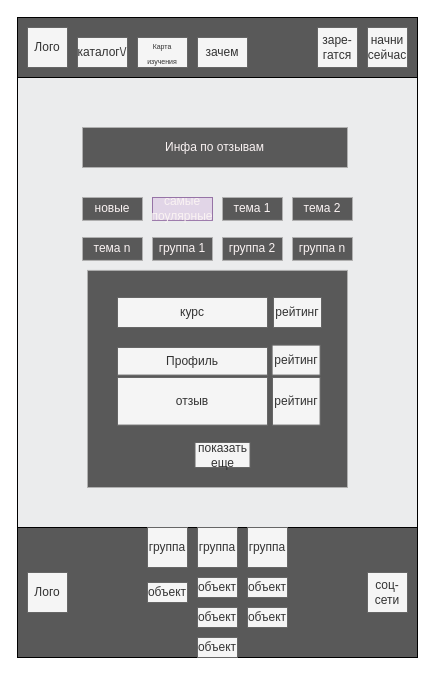
Konfermat/diploma-project keeps this draw.io diagram as page "Карта изучения" (5 of 11) of planing/Wireframe/Wireframe.drawio. Above is the earlier version. Source tidied: cells renumbered, new cells numbered last; positions are measured from the earlier drawing's top-left corner, leaving out a move shared by most shapes. Both pictures are drawn from the tidied source at 100%, with x=0, y=0 at pixel (17, 17).
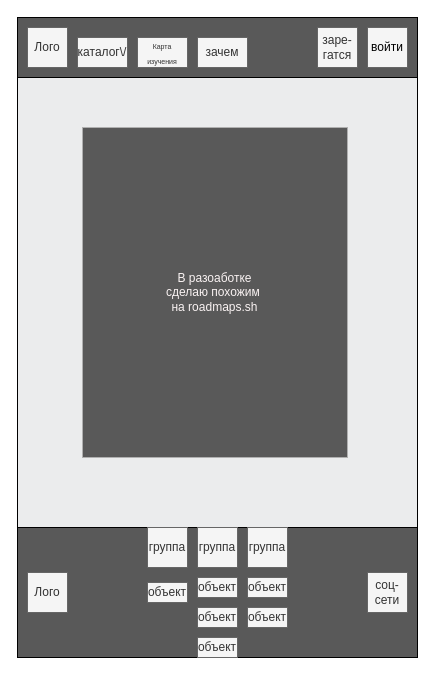
Above is the later version.

What changed in the source:
```diff
@@
-    <mxCell id="19" value="&lt;font style=&quot;font-size: 12px&quot;&gt;начни сейчас&lt;/font&gt;" style="whiteSpace=wrap;html=1;strokeColor=#666666;fillColor=#f5f5f5;fontColor=#333333;" parent="1" vertex="1">
-      <mxGeometry x="350" y="10" width="40" height="40" as="geometry" />
-    </mxCell>
@@
-    <mxCell id="24" value="&lt;font color=&quot;#faf3f3&quot;&gt;новые&lt;/font&gt;" style="whiteSpace=wrap;html=1;strokeColor=#B0B0B0;fillColor=#595959;gradientColor=none;" parent="1" vertex="1">
-      <mxGeometry x="65" y="180" width="60" height="22.9" as="geometry" />
-    </mxCell>
-    <mxCell id="25" style="whiteSpace=wrap;html=1;strokeColor=#B0B0B0;fillColor=#595959;gradientColor=none;" parent="1" vertex="1">
-      <mxGeometry x="70" y="252.9" width="260" height="217.1" as="geometry" />
-    </mxCell>
-    <mxCell id="26" value="Профиль" style="whiteSpace=wrap;html=1;strokeColor=#666666;fillColor=#f5f5f5;fontColor=#333333;" parent="1" vertex="1">
-      <mxGeometry x="100" y="330" width="150" height="27.6" as="geometry" />
-    </mxCell>
-    <mxCell id="27" value="отзыв" style="whiteSpace=wrap;html=1;strokeColor=#666666;fillColor=#f5f5f5;fontColor=#333333;" parent="1" vertex="1">
-      <mxGeometry x="100" y="360" width="150" height="47.6" as="geometry" />
-    </mxCell>
-    <mxCell id="28" value="показать еще" style="whiteSpace=wrap;html=1;strokeColor=#666666;fillColor=#f5f5f5;fontColor=#333333;" parent="1" vertex="1">
-      <mxGeometry x="177.5" y="425" width="55" height="25" as="geometry" />
-    </mxCell>
-    <mxCell id="29" value="&lt;font color=&quot;#faf3f3&quot;&gt;самые поулярные&lt;/font&gt;" style="whiteSpace=wrap;html=1;fillColor=#e1d5e7;strokeColor=#9673a6;" parent="1" vertex="1">
-      <mxGeometry x="135" y="180" width="60" height="22.9" as="geometry" />
-    </mxCell>
-    <mxCell id="30" value="&lt;font color=&quot;#faf3f3&quot;&gt;тема 1&lt;/font&gt;" style="whiteSpace=wrap;html=1;strokeColor=#B0B0B0;fillColor=#595959;gradientColor=none;" parent="1" vertex="1">
-      <mxGeometry x="205" y="180" width="60" height="22.9" as="geometry" />
-    </mxCell>
-    <mxCell id="31" value="&lt;font color=&quot;#faf3f3&quot;&gt;тема 2&lt;/font&gt;" style="whiteSpace=wrap;html=1;strokeColor=#B0B0B0;fillColor=#595959;gradientColor=none;" parent="1" vertex="1">
-      <mxGeometry x="275" y="180" width="60" height="22.9" as="geometry" />
-    </mxCell>
-    <mxCell id="32" value="&lt;font color=&quot;#faf3f3&quot;&gt;тема n&lt;/font&gt;" style="whiteSpace=wrap;html=1;strokeColor=#B0B0B0;fillColor=#595959;gradientColor=none;" parent="1" vertex="1">
-      <mxGeometry x="65" y="220" width="60" height="22.9" as="geometry" />
-    </mxCell>
-    <mxCell id="33" value="&lt;font color=&quot;#faf3f3&quot;&gt;Инфа по отзывам&lt;/font&gt;" style="whiteSpace=wrap;html=1;strokeColor=#B0B0B0;fillColor=#595959;gradientColor=none;" parent="1" vertex="1">
-      <mxGeometry x="65" y="110" width="265" height="40" as="geometry" />
+    <mxCell id="33" value="&lt;font color=&quot;#faf3f3&quot;&gt;В разоаботке&lt;/font&gt;&lt;div&gt;&lt;font color=&quot;#faf3f3&quot;&gt;сделаю похожим&amp;nbsp;&lt;/font&gt;&lt;/div&gt;&lt;div&gt;&lt;font color=&quot;#faf3f3&quot;&gt;на roadmaps.sh&lt;/font&gt;&lt;/div&gt;" style="whiteSpace=wrap;html=1;strokeColor=#B0B0B0;fillColor=#595959;gradientColor=none;" parent="1" vertex="1">
+      <mxGeometry x="65" y="110" width="265" height="330" as="geometry" />
     </mxCell>
-    <mxCell id="34" value="&lt;font color=&quot;#faf3f3&quot;&gt;группа 1&lt;/font&gt;" style="whiteSpace=wrap;html=1;strokeColor=#B0B0B0;fillColor=#595959;gradientColor=none;" parent="1" vertex="1">
-      <mxGeometry x="135" y="220" width="60" height="22.9" as="geometry" />
-    </mxCell>
-    <mxCell id="35" value="&lt;font color=&quot;#faf3f3&quot;&gt;группа 2&lt;/font&gt;" style="whiteSpace=wrap;html=1;strokeColor=#B0B0B0;fillColor=#595959;gradientColor=none;" parent="1" vertex="1">
-      <mxGeometry x="205" y="220" width="60" height="22.9" as="geometry" />
-    </mxCell>
-    <mxCell id="36" value="&lt;font color=&quot;#faf3f3&quot;&gt;группа n&lt;/font&gt;" style="whiteSpace=wrap;html=1;strokeColor=#B0B0B0;fillColor=#595959;gradientColor=none;" parent="1" vertex="1">
-      <mxGeometry x="275" y="220" width="60" height="22.9" as="geometry" />
-    </mxCell>
@@
-    <mxCell id="38" value="рейтинг" style="whiteSpace=wrap;html=1;strokeColor=#666666;fillColor=#f5f5f5;fontColor=#333333;" parent="1" vertex="1">
-      <mxGeometry x="255" y="360" width="47.6" height="47.6" as="geometry" />
-    </mxCell>
-    <mxCell id="39" value="курс" style="whiteSpace=wrap;html=1;strokeColor=#666666;fillColor=#f5f5f5;fontColor=#333333;" parent="1" vertex="1">
-      <mxGeometry x="100" y="280" width="150" height="30" as="geometry" />
-    </mxCell>
-    <mxCell id="40" value="рейтинг" style="whiteSpace=wrap;html=1;strokeColor=#666666;fillColor=#f5f5f5;fontColor=#333333;" parent="1" vertex="1">
-      <mxGeometry x="256" y="280" width="48" height="30" as="geometry" />
-    </mxCell>
-    <mxCell id="41" value="рейтинг" style="whiteSpace=wrap;html=1;strokeColor=#666666;fillColor=#f5f5f5;fontColor=#333333;" parent="1" vertex="1">
-      <mxGeometry x="254.6" y="327.6" width="48" height="30" as="geometry" />
-    </mxCell>
+    <mxCell id="42" value="&lt;font style=&quot;font-size: 12px; color: rgb(0, 0, 0);&quot;&gt;войти&lt;/font&gt;" style="whiteSpace=wrap;html=1;strokeColor=light-dark(#666666, #000000);fillColor=#f5f5f5;fontColor=#333333;" parent="1" vertex="1">
+      <mxGeometry x="350" y="10" width="40" height="40" as="geometry" />
+    </mxCell>
```
